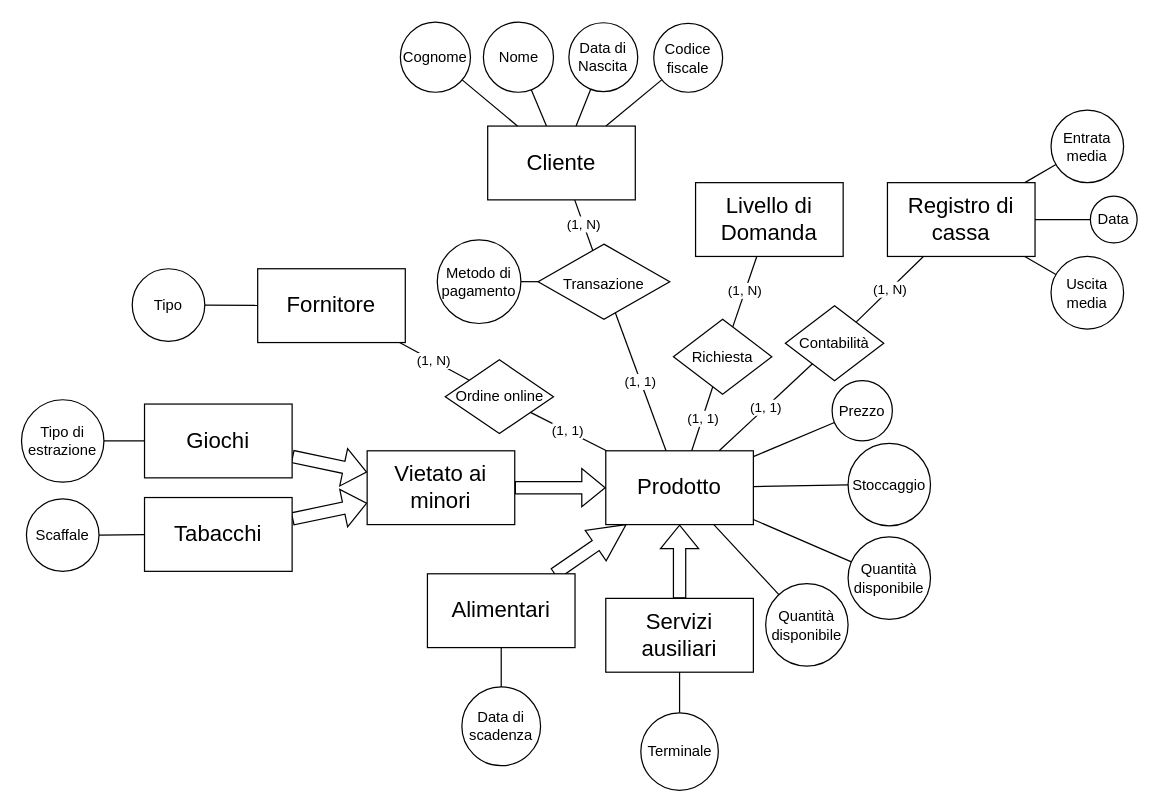
Before: md/tabaccheriadb_scheletro.drawio in TheDarkBug/notes, a draw.io diagram. Source tidied: cells renumbered, new cells numbered last; positions are measured from the earlier drawing's top-left corner, leaving out a move shared by most shapes. Both pictures are drawn from the tidied source at 123%, with x=0, y=0 at pixel (21, 22).
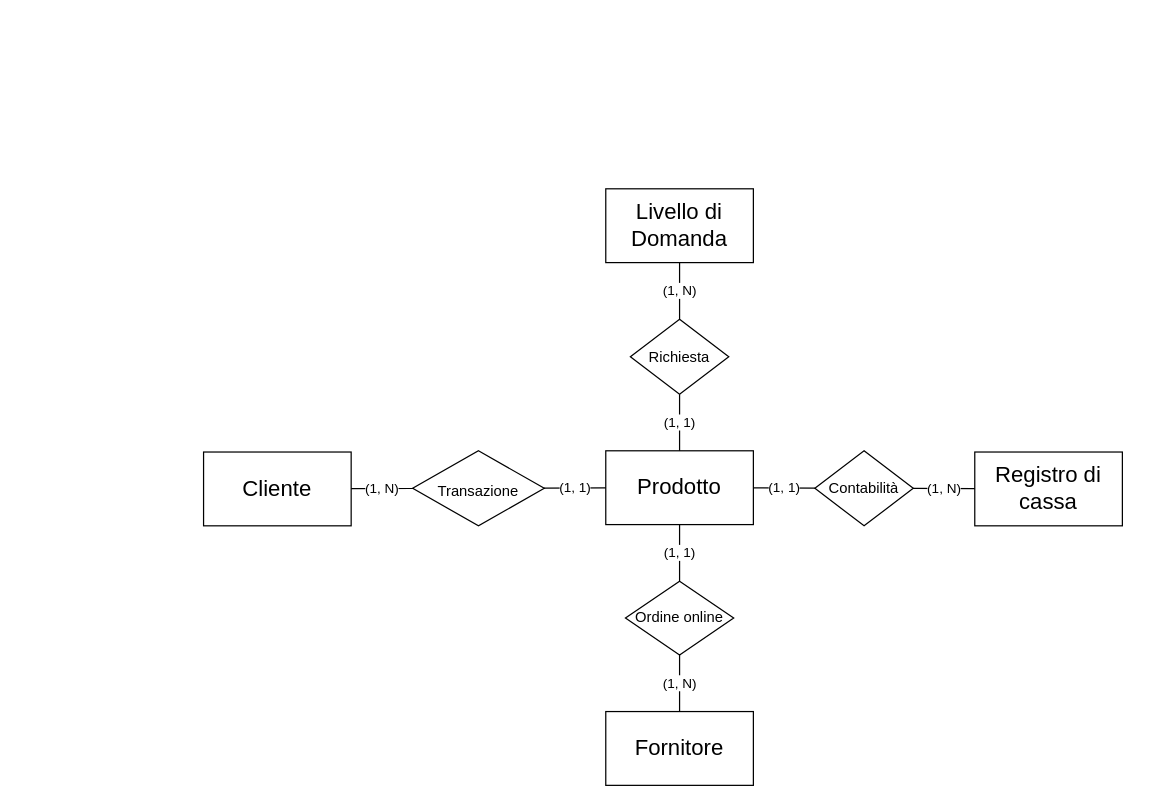
The same diagram, later.

The change refers to these unchanged cells:
```xml
<mxCell id="7" value="&lt;div&gt;&lt;font style=&quot;font-size: 18px;&quot;&gt;Prodotto&lt;/font&gt;&lt;/div&gt;" style="whiteSpace=wrap;html=1;fontSize=16;" parent="1" vertex="1">
  <mxGeometry x="475" y="348" width="120" height="60" as="geometry" />
</mxCell>
```

Diff of the diagram source:
```diff
@@
     <mxCell id="2" value="&lt;font style=&quot;font-size: 12px;&quot;&gt;Transazione&lt;/font&gt;" style="rhombus;whiteSpace=wrap;html=1;fontSize=16;" parent="1" vertex="1">
-      <mxGeometry x="420" y="180" width="107" height="61" as="geometry" />
+      <mxGeometry x="318" y="348" width="107" height="61" as="geometry" />
     </mxCell>
-    <mxCell id="3" style="edgeStyle=none;curved=1;rounded=0;jettySize=auto;html=1;fontSize=12;shape=flexArrow;" parent="1" edge="1" source="9" target="41">
-      <mxGeometry relative="1" as="geometry" />
-    </mxCell>
-    <mxCell id="4" style="edgeStyle=none;curved=1;rounded=0;jettySize=auto;html=1;fontSize=12;shape=flexArrow;" parent="1" edge="1" source="10" target="7">
-      <mxGeometry relative="1" as="geometry" />
-    </mxCell>
-    <mxCell id="5" style="edgeStyle=none;curved=1;rounded=0;jettySize=auto;html=1;fontSize=12;shape=arrow;" parent="1" edge="1" source="11" target="7">
-      <mxGeometry relative="1" as="geometry" />
-    </mxCell>
-    <mxCell id="6" style="edgeStyle=none;curved=1;rounded=0;jettySize=auto;html=1;fontSize=12;shape=flexArrow;" parent="1" edge="1" source="12" target="41">
-      <mxGeometry relative="1" as="geometry" />
-    </mxCell>
@@
     <mxCell id="8" value="&lt;div&gt;&lt;font style=&quot;font-size: 18px;&quot;&gt;Cliente&lt;/font&gt;&lt;/div&gt;" style="rounded=0;whiteSpace=wrap;html=1;fontSize=16;" parent="1" vertex="1">
-      <mxGeometry x="379" y="84" width="120" height="60" as="geometry" />
+      <mxGeometry x="148" y="349" width="120" height="60" as="geometry" />
     </mxCell>
-    <mxCell id="9" value="&lt;font style=&quot;font-size: 18px;&quot;&gt;Giochi&lt;/font&gt;" style="rounded=0;whiteSpace=wrap;html=1;fontSize=16;" parent="1" vertex="1">
-      <mxGeometry x="100" y="310" width="120" height="60" as="geometry" />
-    </mxCell>
-    <mxCell id="10" value="&lt;font style=&quot;font-size: 18px;&quot;&gt;Servizi ausiliari&lt;/font&gt;" style="whiteSpace=wrap;html=1;fontSize=16;" parent="1" vertex="1">
-      <mxGeometry x="475" y="468" width="120" height="60" as="geometry" />
-    </mxCell>
-    <mxCell id="11" value="&lt;font style=&quot;font-size: 18px;&quot;&gt;Alimentari&lt;/font&gt;" style="rounded=0;whiteSpace=wrap;html=1;fontSize=16;" parent="1" vertex="1">
-      <mxGeometry x="330" y="448" width="120" height="60" as="geometry" />
-    </mxCell>
-    <mxCell id="12" value="&lt;font style=&quot;font-size: 18px;&quot;&gt;Tabacchi&lt;/font&gt;" style="rounded=0;whiteSpace=wrap;html=1;fontSize=16;" parent="1" vertex="1">
-      <mxGeometry x="100" y="386" width="120" height="60" as="geometry" />
-    </mxCell>
@@
-    <mxCell id="15" value="Metodo di pagamento" style="ellipse;whiteSpace=wrap;html=1;" parent="1" vertex="1">
-      <mxGeometry x="338" y="176.5" width="68" height="68" as="geometry" />
-    </mxCell>
-    <mxCell id="16" style="endArrow=none;html=1;rounded=0;" parent="1" edge="1" source="15" target="2">
-      <mxGeometry relative="1" as="geometry" />
-    </mxCell>
-    <mxCell id="17" value="Tipo di estrazione" style="ellipse;whiteSpace=wrap;html=1;" parent="1" vertex="1">
-      <mxGeometry y="306.5" width="67" height="67" as="geometry" />
-    </mxCell>
-    <mxCell id="18" style="endArrow=none;html=1;rounded=0;" parent="1" edge="1" source="17" target="9">
-      <mxGeometry relative="1" as="geometry" />
-    </mxCell>
     <mxCell id="19" value="&lt;font style=&quot;font-size: 18px;&quot;&gt;Fornitore&lt;/font&gt;" style="rounded=0;whiteSpace=wrap;html=1;" parent="1" vertex="1">
-      <mxGeometry x="192" y="200" width="120" height="60" as="geometry" />
+      <mxGeometry x="475" y="560" width="120" height="60" as="geometry" />
     </mxCell>
     <mxCell id="20" value="Ordine online" style="rhombus;whiteSpace=wrap;html=1;" parent="1" vertex="1">
-      <mxGeometry x="344.5" y="274" width="88" height="60" as="geometry" />
+      <mxGeometry x="491" y="454" width="88" height="60" as="geometry" />
     </mxCell>
@@
-    <mxCell id="23" value="&lt;div&gt;Prezzo&lt;/div&gt;" style="ellipse;whiteSpace=wrap;html=1;" parent="1" vertex="1">
-      <mxGeometry x="659" y="291" width="49" height="49" as="geometry" />
-    </mxCell>
-    <mxCell id="24" value="Quantità disponibile" style="ellipse;whiteSpace=wrap;html=1;" parent="1" vertex="1">
-      <mxGeometry x="605" y="456" width="67" height="67" as="geometry" />
-    </mxCell>
-    <mxCell id="25" style="endArrow=none;html=1;rounded=0;" parent="1" edge="1" source="23" target="7">
-      <mxGeometry relative="1" as="geometry" />
-    </mxCell>
-    <mxCell id="26" style="endArrow=none;html=1;rounded=0;" parent="1" edge="1" source="24" target="7">
-      <mxGeometry relative="1" as="geometry" />
-    </mxCell>
     <mxCell id="27" value="&lt;font style=&quot;font-size: 18px;&quot;&gt;Livello di Domanda&lt;/font&gt;" style="rounded=0;whiteSpace=wrap;html=1;" parent="1" vertex="1">
-      <mxGeometry x="548" y="130" width="120" height="60" as="geometry" />
+      <mxGeometry x="475" y="135" width="120" height="60" as="geometry" />
     </mxCell>
@@
     <mxCell id="29" value="Richiesta" style="rhombus;whiteSpace=wrap;html=1;" parent="1" vertex="1">
-      <mxGeometry x="530" y="241" width="80" height="61" as="geometry" />
+      <mxGeometry x="495" y="241" width="80" height="61" as="geometry" />
     </mxCell>
@@
-    <mxCell id="31" value="Terminale" style="ellipse;whiteSpace=wrap;html=1;" parent="1" vertex="1">
-      <mxGeometry x="503.5" y="561" width="63" height="63" as="geometry" />
-    </mxCell>
-    <mxCell id="32" style="endArrow=none;html=1;rounded=0;" parent="1" edge="1" source="31" target="10">
-      <mxGeometry relative="1" as="geometry" />
-    </mxCell>
-    <mxCell id="33" style="endArrow=none;html=1;rounded=0;" parent="1" edge="1" source="34" target="12">
-      <mxGeometry relative="1" as="geometry" />
-    </mxCell>
-    <mxCell id="34" value="&lt;div&gt;Scaffale&lt;/div&gt;" style="ellipse;whiteSpace=wrap;html=1;" parent="1" vertex="1">
-      <mxGeometry x="4" y="387" width="59" height="59" as="geometry" />
-    </mxCell>
-    <mxCell id="35" style="endArrow=none;html=1;rounded=0;" parent="1" edge="1" source="59" target="8">
-      <mxGeometry relative="1" as="geometry" />
-    </mxCell>
-    <mxCell id="36" value="Cognome" style="ellipse;whiteSpace=wrap;html=1;" parent="1" vertex="1">
-      <mxGeometry x="308" y="-0.5" width="57" height="57" as="geometry" />
-    </mxCell>
-    <mxCell id="37" style="endArrow=none;html=1;rounded=0;" parent="1" edge="1" source="36" target="8">
-      <mxGeometry relative="1" as="geometry" />
-    </mxCell>
-    <mxCell id="38" value="Data di Nascita" style="ellipse;whiteSpace=wrap;html=1;" parent="1" vertex="1">
-      <mxGeometry x="445" width="56" height="56" as="geometry" />
-    </mxCell>
-    <mxCell id="39" style="endArrow=none;html=1;rounded=0;" parent="1" edge="1" source="38" target="8">
-      <mxGeometry relative="1" as="geometry" />
-    </mxCell>
-    <mxCell id="40" style="edgeStyle=orthogonalEdgeStyle;rounded=0;jettySize=auto;html=1;shape=flexArrow;" parent="1" edge="1" source="41" target="7">
-      <mxGeometry relative="1" as="geometry" />
-    </mxCell>
-    <mxCell id="41" value="&lt;font style=&quot;font-size: 18px;&quot;&gt;Vietato ai minori&lt;br&gt;&lt;/font&gt;" style="rounded=0;whiteSpace=wrap;html=1;" parent="1" vertex="1">
-      <mxGeometry x="281" y="348" width="120" height="60" as="geometry" />
-    </mxCell>
-    <mxCell id="42" style="endArrow=none;html=1;rounded=0;" parent="1" edge="1" source="43" target="11">
-      <mxGeometry relative="1" as="geometry" />
-    </mxCell>
-    <mxCell id="43" value="Data di scadenza" style="ellipse;whiteSpace=wrap;html=1;" parent="1" vertex="1">
-      <mxGeometry x="358" y="540" width="64" height="64" as="geometry" />
-    </mxCell>
-    <mxCell id="44" value="Stoccaggio" style="ellipse;whiteSpace=wrap;html=1;" parent="1" vertex="1">
-      <mxGeometry x="672" y="342" width="67" height="67" as="geometry" />
-    </mxCell>
-    <mxCell id="45" style="endArrow=none;html=1;rounded=0;" parent="1" edge="1" source="44" target="7">
-      <mxGeometry relative="1" as="geometry" />
-    </mxCell>
     <mxCell id="46" value="&lt;font style=&quot;font-size: 18px;&quot;&gt;Registro di cassa&lt;br&gt;&lt;/font&gt;" style="rounded=0;whiteSpace=wrap;html=1;" parent="1" vertex="1">
-      <mxGeometry x="704" y="130" width="120" height="60" as="geometry" />
+      <mxGeometry x="775" y="349" width="120" height="60" as="geometry" />
     </mxCell>
     <mxCell id="47" value="Contabilità" style="rhombus;whiteSpace=wrap;html=1;" parent="1" vertex="1">
-      <mxGeometry x="621" y="230" width="80" height="61" as="geometry" />
+      <mxGeometry x="645" y="348" width="80" height="61" as="geometry" />
     </mxCell>
@@
-    <mxCell id="50" value="Entrata media" style="ellipse;whiteSpace=wrap;html=1;" parent="1" vertex="1">
-      <mxGeometry x="837" y="71" width="59" height="59" as="geometry" />
-    </mxCell>
-    <mxCell id="51" value="Uscita media" style="ellipse;whiteSpace=wrap;html=1;" parent="1" vertex="1">
-      <mxGeometry x="837" y="190" width="59" height="59" as="geometry" />
-    </mxCell>
-    <mxCell id="52" style="endArrow=none;html=1;rounded=0;" parent="1" edge="1" source="50" target="46">
-      <mxGeometry relative="1" as="geometry" />
-    </mxCell>
-    <mxCell id="53" style="endArrow=none;html=1;rounded=0;" parent="1" edge="1" source="51" target="46">
-      <mxGeometry relative="1" as="geometry" />
-    </mxCell>
-    <mxCell id="54" value="Data" style="ellipse;whiteSpace=wrap;html=1;" parent="1" vertex="1">
-      <mxGeometry x="869" y="141" width="38" height="38" as="geometry" />
-    </mxCell>
-    <mxCell id="55" style="endArrow=none;html=1;rounded=0;" parent="1" edge="1" source="54" target="46">
-      <mxGeometry relative="1" as="geometry" />
-    </mxCell>
-    <mxCell id="56" value="Quantità disponibile" style="ellipse;whiteSpace=wrap;html=1;" parent="1" vertex="1">
-      <mxGeometry x="672" y="418" width="67" height="67" as="geometry" />
-    </mxCell>
-    <mxCell id="57" style="endArrow=none;html=1;rounded=0;" parent="1" edge="1" source="56" target="7">
-      <mxGeometry relative="1" as="geometry" />
-    </mxCell>
-    <mxCell id="58" value="Codice fiscale" style="ellipse;whiteSpace=wrap;html=1;" parent="1" vertex="1">
-      <mxGeometry x="514" y="0.5" width="56" height="56" as="geometry" />
-    </mxCell>
-    <mxCell id="59" value="Nome" style="ellipse;whiteSpace=wrap;html=1;" parent="1" vertex="1">
-      <mxGeometry x="375.5" y="-0.5" width="57" height="57" as="geometry" />
-    </mxCell>
-    <mxCell id="60" style="endArrow=none;html=1;rounded=0;" parent="1" edge="1" source="58" target="8">
-      <mxGeometry relative="1" as="geometry" />
-    </mxCell>
-    <mxCell id="61" style="endArrow=none;html=1;rounded=0;" parent="1" edge="1" source="62" target="19">
-      <mxGeometry relative="1" as="geometry" />
-    </mxCell>
-    <mxCell id="62" value="Tipo" style="ellipse;whiteSpace=wrap;html=1;" parent="1" vertex="1">
-      <mxGeometry x="90" y="200" width="59" height="59" as="geometry" />
-    </mxCell>
```
